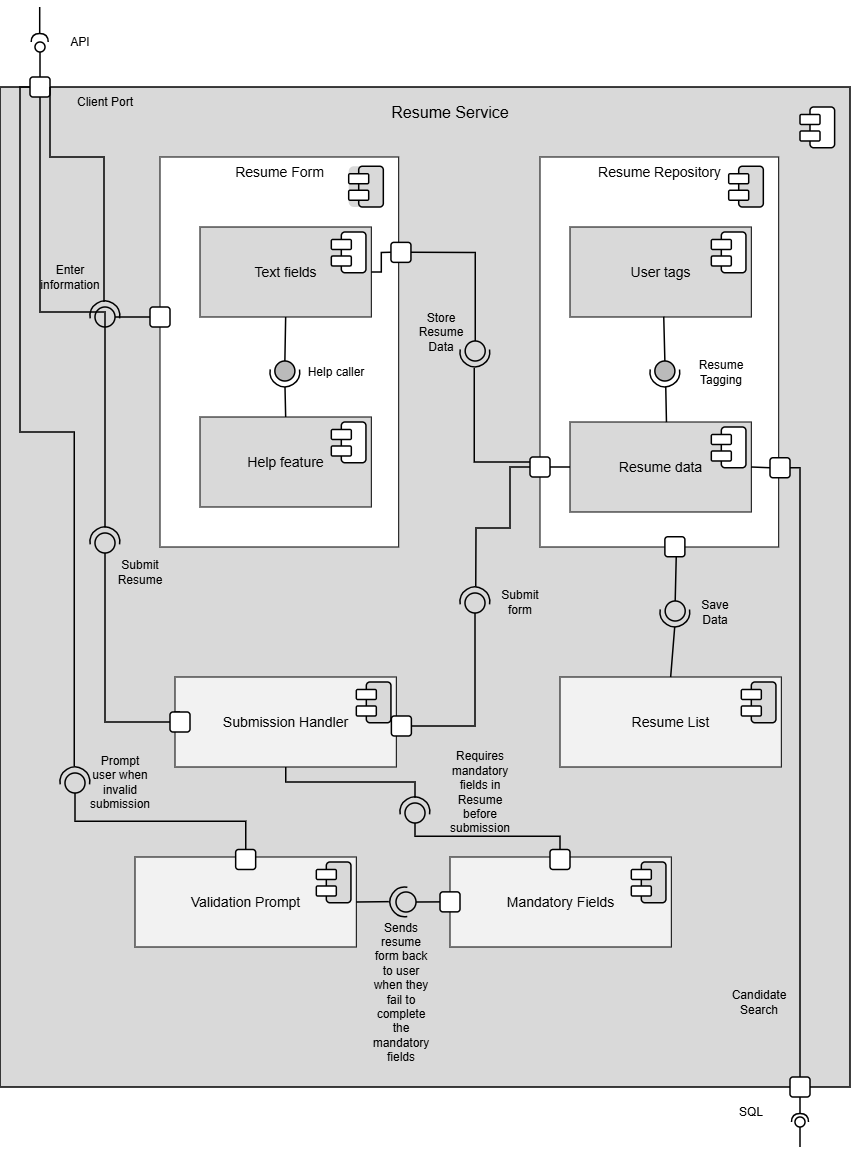
Earlier version of the draw.io export 04_QA_Review/Approved/Milestone_1_Component_Diagram/T7_Final_Subdiagram__ResumeService_Component.drawio.png (JmmonJeremy/CareerBound-SDD). Source tidied: cells renumbered, new cells last; positions are measured from the earlier drawing's top-left corner, leaving out a move shared by most shapes.
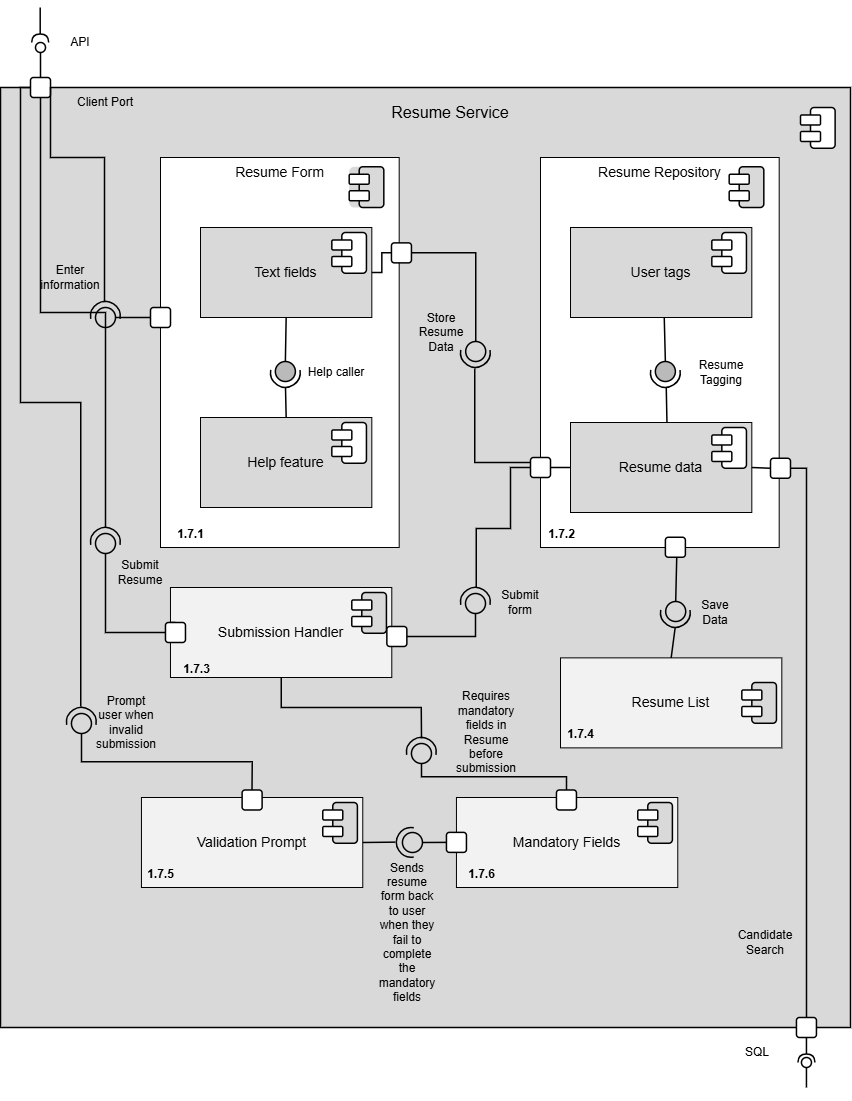
The same file after the commit.

What changed in the source:
```diff
@@ -3,7 +3,7 @@
     <mxCell id="0" />
     <mxCell id="1" parent="0" />
     <mxCell id="2" style="rounded=0;whiteSpace=wrap;html=1;strokeWidth=1.5;fillStyle=solid;fillColor=#D9D9D9;" parent="1" vertex="1">
-      <mxGeometry y="80" width="850" height="1000" as="geometry" />
+      <mxGeometry y="80" width="850" height="940" as="geometry" />
     </mxCell>
     <mxCell id="3" value="Resume Form" style="rounded=0;whiteSpace=wrap;html=1;verticalAlign=top;labelBackgroundColor=none;fillColor=light-dark(#FFFFFF,#FFFFFF);fontFamily=Arial;fontSize=14;" parent="1" vertex="1">
       <mxGeometry x="160" y="150" width="238.7" height="390" as="geometry" />
@@ -96,7 +96,7 @@
       <mxGeometry y="24" width="20" height="10" as="geometry" />
     </mxCell>
     <mxCell id="33" value="Resume List" style="rounded=0;whiteSpace=wrap;html=1;verticalAlign=middle;labelBackgroundColor=none;fillColor=#F2F2F2;fontFamily=Arial;fontSize=14;align=center;spacingLeft=0;" parent="1" vertex="1">
-      <mxGeometry x="560" y="670" width="221.3" height="90" as="geometry" />
+      <mxGeometry x="560" y="650.4" width="221.3" height="90" as="geometry" />
     </mxCell>
     <mxCell id="34" style="group;rounded=1;" parent="1" vertex="1">
       <mxGeometry x="741.3" y="675" width="34.6" height="40.8" as="geometry" />
@@ -111,10 +111,10 @@
       <mxGeometry y="24" width="20" height="10" as="geometry" />
     </mxCell>
     <mxCell id="38" value="Submission Handler" style="rounded=0;whiteSpace=wrap;html=1;verticalAlign=middle;labelBackgroundColor=none;fillColor=#F2F2F2;fontFamily=Arial;fontSize=14;align=center;spacingLeft=0;" parent="1" vertex="1">
-      <mxGeometry x="175" y="670" width="221.3" height="90" as="geometry" />
+      <mxGeometry x="170" y="580" width="221.3" height="90" as="geometry" />
     </mxCell>
     <mxCell id="39" style="group;rounded=1;" parent="1" vertex="1">
-      <mxGeometry x="356.3" y="675" width="34.6" height="40.8" as="geometry" />
+      <mxGeometry x="351.3" y="585" width="34.6" height="40.8" as="geometry" />
     </mxCell>
     <mxCell id="40" style="rounded=1;whiteSpace=wrap;html=1;rotation=-90;strokeWidth=1.5;fillStyle=solid;fillColor=light-dark(#D9D9D9,#FFFFFF);" parent="39" vertex="1">
       <mxGeometry x="1.9" y="8.1" width="40.8" height="24.6" as="geometry" />
@@ -126,10 +126,10 @@
       <mxGeometry y="24" width="20" height="10" as="geometry" />
     </mxCell>
     <mxCell id="43" value="Mandatory Fields" style="rounded=0;whiteSpace=wrap;html=1;verticalAlign=middle;labelBackgroundColor=none;fillColor=#F2F2F2;fontFamily=Arial;fontSize=14;align=center;spacingLeft=0;" parent="1" vertex="1">
-      <mxGeometry x="450" y="850" width="221.3" height="90" as="geometry" />
+      <mxGeometry x="455.9" y="790" width="221.3" height="90" as="geometry" />
     </mxCell>
     <mxCell id="44" style="group;rounded=1;" parent="1" vertex="1">
-      <mxGeometry x="631.3" y="855" width="34.6" height="40.8" as="geometry" />
+      <mxGeometry x="637.3" y="795" width="34.6" height="40.8" as="geometry" />
     </mxCell>
     <mxCell id="45" style="rounded=1;whiteSpace=wrap;html=1;rotation=-90;strokeWidth=1.5;fillStyle=solid;fillColor=light-dark(#D9D9D9,#FFFFFF);" parent="44" vertex="1">
       <mxGeometry x="1.9" y="8.1" width="40.8" height="24.6" as="geometry" />
@@ -141,10 +141,10 @@
       <mxGeometry y="24" width="20" height="10" as="geometry" />
     </mxCell>
     <mxCell id="48" value="Validation Prompt" style="rounded=0;whiteSpace=wrap;html=1;verticalAlign=middle;labelBackgroundColor=none;fillColor=#F2F2F2;fontFamily=Arial;fontSize=14;align=center;spacingLeft=0;" parent="1" vertex="1">
-      <mxGeometry x="135" y="850" width="221.3" height="90" as="geometry" />
+      <mxGeometry x="140.9" y="790" width="221.3" height="90" as="geometry" />
     </mxCell>
     <mxCell id="49" style="group;rounded=1;" parent="1" vertex="1">
-      <mxGeometry x="316.3" y="855" width="34.6" height="40.8" as="geometry" />
+      <mxGeometry x="322.3" y="795" width="34.6" height="40.8" as="geometry" />
     </mxCell>
     <mxCell id="50" style="rounded=1;whiteSpace=wrap;html=1;rotation=-90;strokeWidth=1.5;fillStyle=solid;fillColor=light-dark(#D9D9D9,#FFFFFF);" parent="49" vertex="1">
       <mxGeometry x="1.9" y="8.1" width="40.8" height="24.6" as="geometry" />
@@ -302,7 +302,7 @@
       <mxGeometry relative="1" as="geometry" />
     </mxCell>
     <mxCell id="97" style="group;rotation=-180;" parent="1" vertex="1">
-      <mxGeometry x="400" y="790" width="29.8" height="29.8" as="geometry" />
+      <mxGeometry x="406" y="730" width="29.8" height="29.8" as="geometry" />
     </mxCell>
     <mxCell id="98" style="ellipse;whiteSpace=wrap;html=1;strokeWidth=1.5;fillStyle=solid;fillColor=#D9D9D9;rounded=1;rotation=-180;" parent="97" vertex="1">
       <mxGeometry x="5" y="6" width="20" height="20" as="geometry" />
@@ -317,7 +317,7 @@
       <mxGeometry relative="1" as="geometry" />
     </mxCell>
     <mxCell id="102" style="group;rotation=90;" parent="1" vertex="1">
-      <mxGeometry x="390" y="880" width="29.8" height="29.8" as="geometry" />
+      <mxGeometry x="396" y="820" width="29.8" height="29.8" as="geometry" />
     </mxCell>
     <mxCell id="103" style="ellipse;whiteSpace=wrap;html=1;strokeWidth=1.5;fillStyle=solid;fillColor=#D9D9D9;rounded=1;rotation=90;" parent="102" vertex="1">
       <mxGeometry x="6" y="5" width="20" height="20" as="geometry" />
@@ -332,7 +332,7 @@
       <mxGeometry relative="1" as="geometry" />
     </mxCell>
     <mxCell id="107" style="group;rotation=-180;" parent="1" vertex="1">
-      <mxGeometry x="60" y="760" width="29.8" height="29.8" as="geometry" />
+      <mxGeometry x="66" y="700" width="29.8" height="29.8" as="geometry" />
     </mxCell>
     <mxCell id="108" style="ellipse;whiteSpace=wrap;html=1;strokeWidth=1.5;fillStyle=solid;fillColor=#D9D9D9;rounded=1;rotation=-180;" parent="107" vertex="1">
       <mxGeometry x="5" y="6" width="20" height="20" as="geometry" />
@@ -350,31 +350,31 @@
       <mxGeometry relative="1" as="geometry" />
     </mxCell>
     <mxCell id="113" style="whiteSpace=wrap;html=1;strokeWidth=1.5;fillColor=#FFFFFF;rounded=1;" parent="1" vertex="1">
-      <mxGeometry x="391.4" y="709" width="20" height="20" as="geometry" />
+      <mxGeometry x="386.4" y="619" width="20" height="20" as="geometry" />
     </mxCell>
     <mxCell id="114" style="endArrow=none;html=1;rounded=0;fontSize=1.5;strokeWidth=1.5;entryX=0;entryY=0.5;entryDx=0;entryDy=0;exitX=0.5;exitY=0;exitDx=0;exitDy=0;edgeStyle=orthogonalEdgeStyle;" parent="1" edge="1" source="93" target="115">
       <mxGeometry relative="1" as="geometry" />
     </mxCell>
     <mxCell id="115" style="whiteSpace=wrap;html=1;strokeWidth=1.5;fillColor=#FFFFFF;rounded=1;" parent="1" vertex="1">
-      <mxGeometry x="170" y="705" width="20" height="20" as="geometry" />
+      <mxGeometry x="165" y="615" width="20" height="20" as="geometry" />
     </mxCell>
     <mxCell id="116" style="endArrow=none;html=1;rounded=0;fontSize=1.5;strokeWidth=1.5;exitX=0.5;exitY=0;exitDx=0;exitDy=0;entryX=0.5;entryY=0;entryDx=0;entryDy=0;edgeStyle=orthogonalEdgeStyle;" parent="1" edge="1" source="98" target="117">
       <mxGeometry relative="1" as="geometry" />
     </mxCell>
     <mxCell id="117" style="whiteSpace=wrap;html=1;strokeWidth=1.5;fillColor=#FFFFFF;rounded=1;" parent="1" vertex="1">
-      <mxGeometry x="550" y="842.5" width="20" height="20" as="geometry" />
+      <mxGeometry x="556" y="782.5" width="20" height="20" as="geometry" />
     </mxCell>
     <mxCell id="118" style="endArrow=none;html=1;rounded=0;fontSize=1.5;strokeWidth=1.5;entryX=0;entryY=0.5;entryDx=0;entryDy=0;exitX=0.5;exitY=0;exitDx=0;exitDy=0;" parent="1" edge="1" source="103" target="119">
       <mxGeometry relative="1" as="geometry" />
     </mxCell>
     <mxCell id="119" style="whiteSpace=wrap;html=1;strokeWidth=1.5;fillColor=#FFFFFF;rounded=1;" parent="1" vertex="1">
-      <mxGeometry x="440" y="884.9" width="20" height="20" as="geometry" />
+      <mxGeometry x="445.9" y="824.9" width="20" height="20" as="geometry" />
     </mxCell>
     <mxCell id="120" style="endArrow=none;html=1;rounded=0;fontSize=1.5;strokeWidth=1.5;exitX=0.5;exitY=0;exitDx=0;exitDy=0;entryX=0.5;entryY=0;entryDx=0;entryDy=0;edgeStyle=orthogonalEdgeStyle;" parent="1" edge="1" source="108" target="121">
       <mxGeometry relative="1" as="geometry" />
     </mxCell>
     <mxCell id="121" style="whiteSpace=wrap;html=1;strokeWidth=1.5;fillColor=#FFFFFF;rounded=1;" parent="1" vertex="1">
-      <mxGeometry x="235.7" y="842.5" width="20" height="20" as="geometry" />
+      <mxGeometry x="241.6" y="782.5" width="20" height="20" as="geometry" />
     </mxCell>
     <mxCell id="122" style="endArrow=none;html=1;rounded=0;fontSize=1.5;strokeWidth=1.5;exitX=0.5;exitY=0;exitDx=0;exitDy=0;entryX=0.568;entryY=1.001;entryDx=0;entryDy=0;entryPerimeter=0;" parent="1" edge="1" source="87" target="123">
       <mxGeometry relative="1" as="geometry" />
@@ -392,19 +392,19 @@
       <mxGeometry relative="1" as="geometry" />
     </mxCell>
     <mxCell id="127" value="&lt;div&gt;Candidate&lt;/div&gt;&lt;div&gt;Search&lt;/div&gt;" style="text;html=1;whiteSpace=wrap;strokeColor=none;fillColor=none;align=center;verticalAlign=middle;rounded=0;fontFamily=Arial;" parent="1" vertex="1">
-      <mxGeometry x="728.7" y="980" width="60" height="30" as="geometry" />
+      <mxGeometry x="734.6" y="920" width="60" height="30" as="geometry" />
     </mxCell>
     <mxCell id="128" value="&lt;div&gt;Save&lt;/div&gt;&lt;div&gt;Data&lt;/div&gt;" style="text;html=1;whiteSpace=wrap;strokeColor=none;fillColor=none;align=center;verticalAlign=middle;rounded=0;fontFamily=Arial;" parent="1" vertex="1">
       <mxGeometry x="684.9" y="589.8" width="60" height="30" as="geometry" />
     </mxCell>
     <mxCell id="129" value="Requires mandatory fields in Resume before submission" style="text;html=1;whiteSpace=wrap;strokeColor=none;fillColor=none;align=center;verticalAlign=middle;rounded=0;fontFamily=Arial;" parent="1" vertex="1">
-      <mxGeometry x="450" y="770" width="60" height="30" as="geometry" />
+      <mxGeometry x="455.9" y="710" width="60" height="30" as="geometry" />
     </mxCell>
     <mxCell id="130" value="Sends resume form back to user when they fail to complete the mandatory fields" style="text;html=1;whiteSpace=wrap;strokeColor=none;fillColor=none;align=center;verticalAlign=middle;rounded=0;fontFamily=Arial;" parent="1" vertex="1">
-      <mxGeometry x="371.4" y="970" width="60" height="30" as="geometry" />
+      <mxGeometry x="377.3" y="910" width="60" height="30" as="geometry" />
     </mxCell>
     <mxCell id="131" value="Prompt user when invalid submission" style="text;html=1;whiteSpace=wrap;strokeColor=none;fillColor=none;align=center;verticalAlign=middle;rounded=0;fontFamily=Arial;" parent="1" vertex="1">
-      <mxGeometry x="89.8" y="759.8" width="60" height="30" as="geometry" />
+      <mxGeometry x="95.7" y="699.8" width="60" height="30" as="geometry" />
     </mxCell>
     <mxCell id="132" value="&lt;div&gt;Submit&lt;/div&gt;&lt;div&gt;Resume&lt;/div&gt;" style="text;html=1;whiteSpace=wrap;strokeColor=none;fillColor=none;align=center;verticalAlign=middle;rounded=0;fontFamily=Arial;" parent="1" vertex="1">
       <mxGeometry x="110" y="550" width="60" height="30" as="geometry" />
@@ -451,21 +451,39 @@
       <mxGeometry x="50" y="20" width="60" height="30" as="geometry" />
     </mxCell>
     <mxCell id="145" style="whiteSpace=wrap;html=1;strokeWidth=1.5;fillColor=#FFFFFF;rounded=1;" parent="1" vertex="1">
-      <mxGeometry x="790" y="1070" width="20" height="20" as="geometry" />
+      <mxGeometry x="796" y="1010" width="20" height="20" as="geometry" />
     </mxCell>
     <mxCell id="146" style="rounded=0;jettySize=auto;html=1;endArrow=halfCircle;endFill=0;endSize=6;strokeWidth=1.5;sketch=0;exitX=0.5;exitY=1;exitDx=0;exitDy=0;" parent="1" edge="1" source="145" target="148">
       <mxGeometry relative="1" as="geometry" />
     </mxCell>
     <mxCell id="147" style="rounded=0;jettySize=auto;html=1;endArrow=oval;endFill=0;sketch=0;sourcePerimeterSpacing=0;targetPerimeterSpacing=0;endSize=10;strokeWidth=1.5;" parent="1" edge="1" target="148">
       <mxGeometry relative="1" as="geometry">
-        <mxPoint x="800" y="1140" as="sourcePoint" />
+        <mxPoint x="806" y="1080" as="sourcePoint" />
       </mxGeometry>
     </mxCell>
     <mxCell id="148" style="ellipse;whiteSpace=wrap;html=1;align=center;fillColor=none;strokeColor=none;perimeter=centerPerimeter;points=[];outlineConnect=1;" parent="1" vertex="1">
-      <mxGeometry x="795" y="1110" width="10" height="10" as="geometry" />
+      <mxGeometry x="801" y="1050" width="10" height="10" as="geometry" />
     </mxCell>
     <mxCell id="149" value="SQL" style="text;html=1;whiteSpace=wrap;strokeColor=none;fillColor=none;align=center;verticalAlign=middle;rounded=0;" parent="1" vertex="1">
-      <mxGeometry x="721.3" y="1090" width="60" height="30" as="geometry" />
+      <mxGeometry x="727.3" y="1030" width="60" height="30" as="geometry" />
     </mxCell>
+    <mxCell id="150" value="1.7.1" style="text;align=center;fontStyle=1;verticalAlign=middle;spacingLeft=3;spacingRight=3;strokeColor=none;html=1;" parent="1" vertex="1">
+      <mxGeometry x="150" y="514" width="80" height="26" as="geometry" />
+    </mxCell>
+    <mxCell id="151" value="1.7.2" style="text;align=center;fontStyle=1;verticalAlign=middle;spacingLeft=3;spacingRight=3;strokeColor=none;html=1;" parent="1" vertex="1">
+      <mxGeometry x="520.7" y="514" width="80" height="26" as="geometry" />
+    </mxCell>
+    <mxCell id="152" value="1.7.3" style="text;align=center;fontStyle=1;verticalAlign=middle;spacingLeft=3;spacingRight=3;strokeColor=none;html=1;" parent="1" vertex="1">
+      <mxGeometry x="155.7" y="649" width="80" height="26" as="geometry" />
+    </mxCell>
+    <mxCell id="153" value="1.7.4" style="text;align=center;fontStyle=1;verticalAlign=middle;spacingLeft=3;spacingRight=3;strokeColor=none;html=1;" parent="1" vertex="1">
+      <mxGeometry x="540" y="714" width="80" height="26" as="geometry" />
+    </mxCell>
+    <mxCell id="154" value="1.7.6" style="text;align=center;fontStyle=1;verticalAlign=middle;spacingLeft=3;spacingRight=3;strokeColor=none;html=1;" parent="1" vertex="1">
+      <mxGeometry x="440.7" y="854" width="80" height="26" as="geometry" />
+    </mxCell>
+    <mxCell id="155" value="1.7.5" style="text;align=center;fontStyle=1;verticalAlign=middle;spacingLeft=3;spacingRight=3;strokeColor=none;html=1;" parent="1" vertex="1">
+      <mxGeometry x="119.8" y="854" width="80" height="26" as="geometry" />
+    </mxCell>
   </root>
 </mxGraphModel>
```
